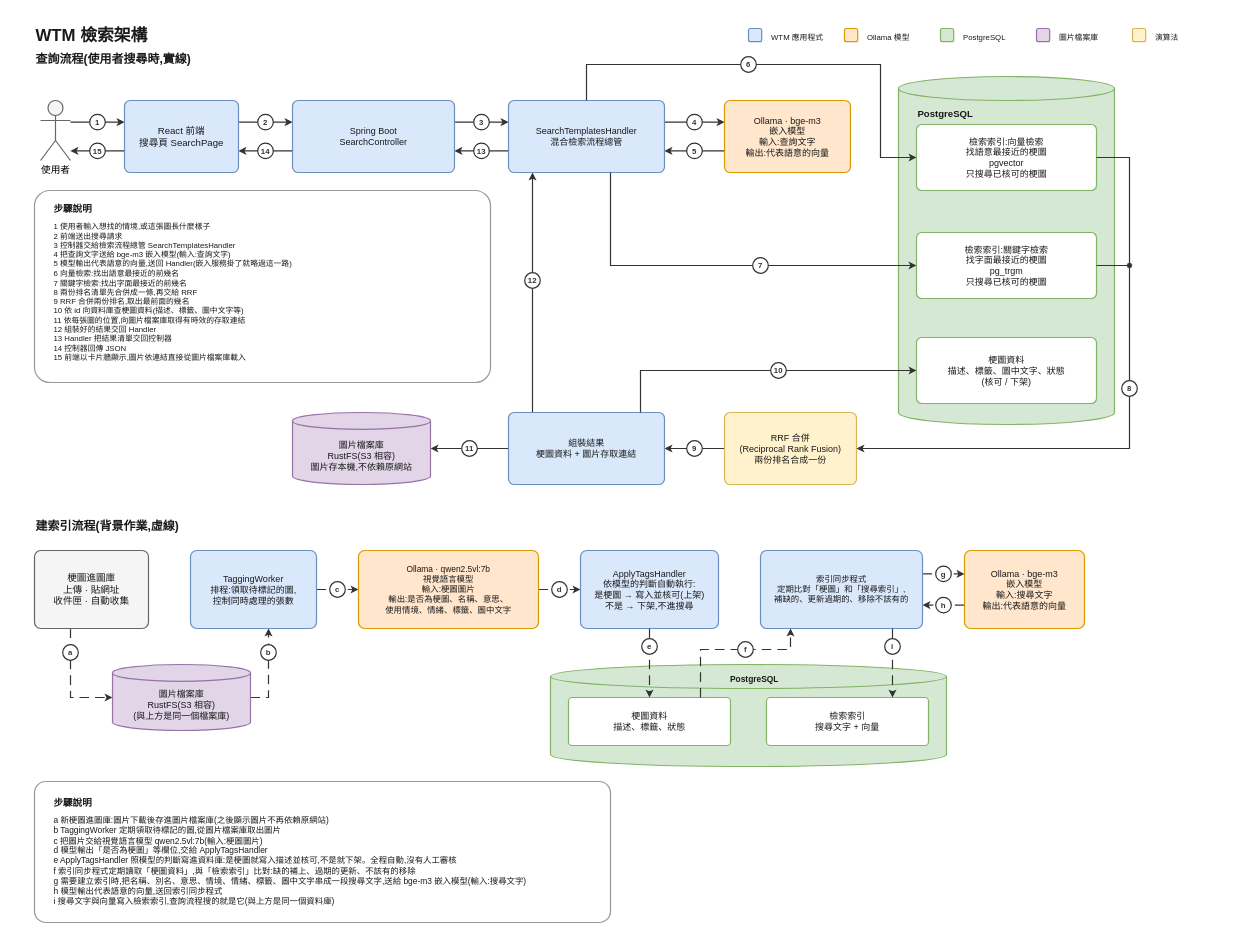
This is docs/images/search-architecture.drawio from chun-wei0413/WTM, a draw.io file, before an edit. Source tidied: cells renumbered, new cells numbered last; positions are measured from the earlier drawing's top-left corner, leaving out a move shared by most shapes. Both pictures are drawn from the tidied source at 60%, with x=0, y=0 at pixel (10, 10).
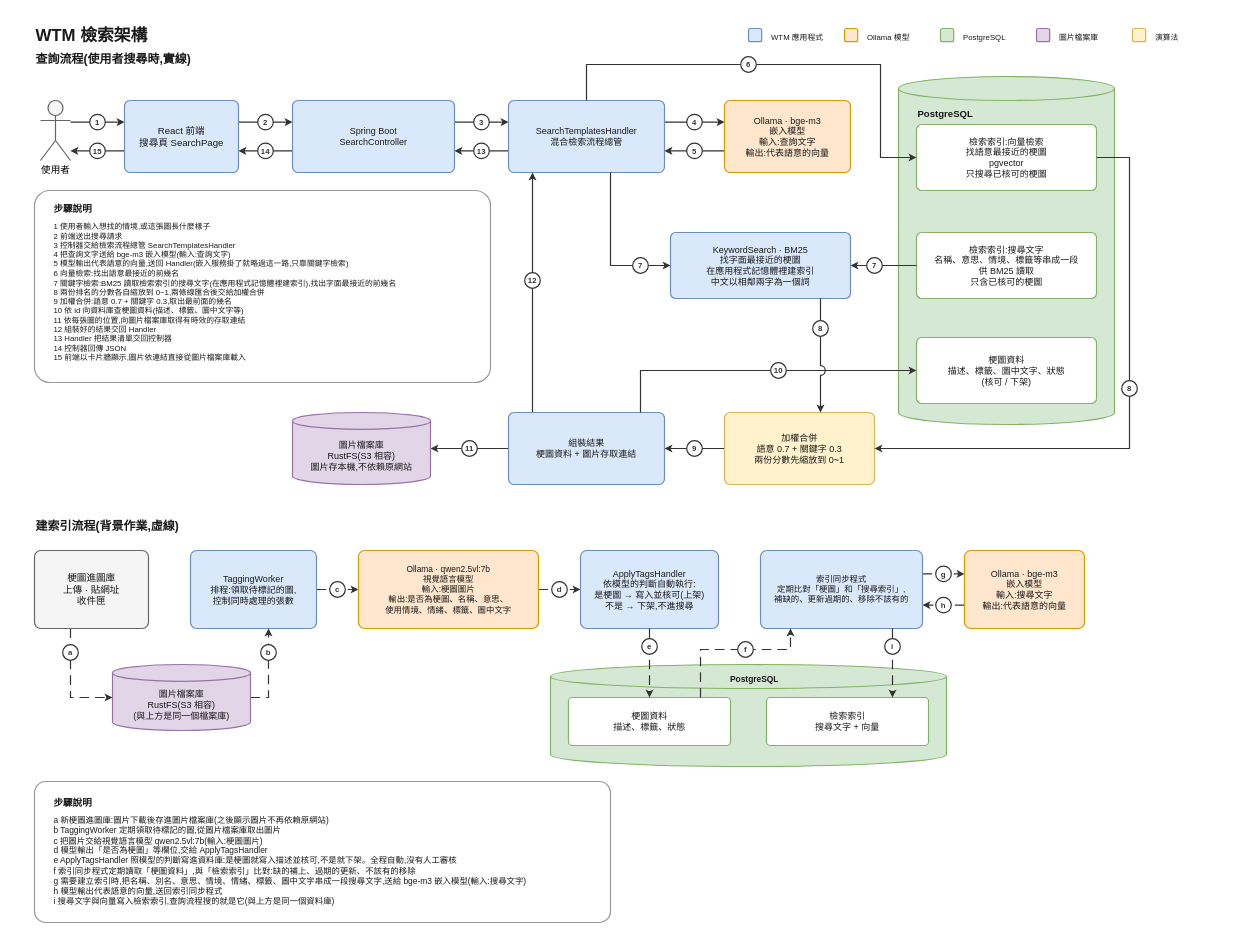
Above is the later version.

Diff of the diagram source:
```diff
@@
-    <mxCell id="30" value="檢索索引:關鍵字檢索&lt;br&gt;找字面最接近的梗圖&lt;br&gt;pg_trgm&lt;br&gt;只搜尋已核可的梗圖" style="rounded=1;whiteSpace=wrap;html=1;arcSize=8;fillColor=#ffffff;strokeColor=#82b366;strokeWidth=2;fontSize=15;fontFamily=Microsoft JhengHei;fontColor=#1a1a1a;" parent="1" vertex="1">
+    <mxCell id="30" value="檢索索引:搜尋文字&lt;br&gt;名稱、意思、情境、標籤等串成一段&lt;br&gt;供 BM25 讀取&lt;br&gt;只含已核可的梗圖" style="rounded=1;whiteSpace=wrap;html=1;arcSize=8;fillColor=#ffffff;strokeColor=#82b366;strokeWidth=2;fontSize=15;fontFamily=Microsoft JhengHei;fontColor=#1a1a1a;" parent="1" vertex="1">
       <mxGeometry x="1510" y="370" width="300" height="110" as="geometry" />
     </mxCell>
+    <mxCell id="96" value="KeywordSearch · BM25&lt;br&gt;找字面最接近的梗圖&lt;br&gt;在應用程式記憶體裡建索引&lt;br&gt;中文以相鄰兩字為一個詞" style="rounded=1;whiteSpace=wrap;html=1;arcSize=8;fillColor=#dae8fc;strokeColor=#6c8ebf;strokeWidth=2;fontSize=15;fontFamily=Microsoft JhengHei;fontColor=#1a1a1a;" parent="1" vertex="1">
+      <mxGeometry x="1100" y="370" width="300" height="110" as="geometry" />
+    </mxCell>
@@
-    <mxCell id="34" value="RRF 合併&lt;br&gt;(Reciprocal Rank Fusion)&lt;br&gt;兩份排名合成一份" style="rounded=1;whiteSpace=wrap;html=1;arcSize=8;fillColor=#fff2cc;strokeColor=#d6b656;strokeWidth=2;fontSize=15;fontFamily=Microsoft JhengHei;fontColor=#1a1a1a;" parent="1" vertex="1">
-      <mxGeometry x="1190" y="670" width="220" height="120" as="geometry" />
+    <mxCell id="34" value="加權合併&lt;br&gt;語意 0.7 + 關鍵字 0.3&lt;br&gt;兩份分數先縮放到 0~1" style="rounded=1;whiteSpace=wrap;html=1;arcSize=8;fillColor=#fff2cc;strokeColor=#d6b656;strokeWidth=2;fontSize=15;fontFamily=Microsoft JhengHei;fontColor=#1a1a1a;" parent="1" vertex="1">
+      <mxGeometry x="1190" y="670" width="250" height="120" as="geometry" />
     </mxCell>
@@
-    <mxCell id="37" value="1  使用者輸入想找的情境,或這張圖長什麼樣子&lt;br&gt;2  前端送出搜尋請求&lt;br&gt;3  控制器交給檢索流程總管 SearchTemplatesHandler&lt;br&gt;4  把查詢文字送給 bge-m3 嵌入模型(輸入:查詢文字)&lt;br&gt;5  模型輸出代表語意的向量,送回 Handler(嵌入服務掛了就略過這一路)&lt;br&gt;6  向量檢索:找出語意最接近的前幾名&lt;br&gt;7  關鍵字檢索:找出字面最接近的前幾名&lt;br&gt;8  兩份排名清單先合併成一條,再交給 RRF&lt;br&gt;9  RRF 合併兩份排名,取出最前面的幾名&lt;br&gt;10 依 id 向資料庫查梗圖資料(描述、標籤、圖中文字等)&lt;br&gt;11 依每張圖的位置,向圖片檔案庫取得有時效的存取連結&lt;br&gt;12 組裝好的結果交回 Handler&lt;br&gt;13 Handler 把結果清單交回控制器&lt;br&gt;14 控制器回傳 JSON&lt;br&gt;15 前端以卡片牆顯示,圖片依連結直接從圖片檔案庫載入" style="text;html=1;whiteSpace=wrap;verticalAlign=top;align=left;fontSize=13;fontFamily=Microsoft JhengHei;fontColor=#1a1a1a;fontStyle=0;spacingLeft=0;spacingTop=0;" parent="1" vertex="1">
+    <mxCell id="37" value="1  使用者輸入想找的情境,或這張圖長什麼樣子&lt;br&gt;2  前端送出搜尋請求&lt;br&gt;3  控制器交給檢索流程總管 SearchTemplatesHandler&lt;br&gt;4  把查詢文字送給 bge-m3 嵌入模型(輸入:查詢文字)&lt;br&gt;5  模型輸出代表語意的向量,送回 Handler(嵌入服務掛了就略過這一路,只靠關鍵字檢索)&lt;br&gt;6  向量檢索:找出語意最接近的前幾名&lt;br&gt;7  關鍵字檢索:BM25 讀取檢索索引的搜尋文字(在應用程式記憶體裡建索引),找出字面最接近的前幾名&lt;br&gt;8  兩份排名的分數各自縮放到 0~1,兩條線匯合後交給加權合併&lt;br&gt;9  加權合併:語意 0.7 + 關鍵字 0.3,取出最前面的幾名&lt;br&gt;10 依 id 向資料庫查梗圖資料(描述、標籤、圖中文字等)&lt;br&gt;11 依每張圖的位置,向圖片檔案庫取得有時效的存取連結&lt;br&gt;12 組裝好的結果交回 Handler&lt;br&gt;13 Handler 把結果清單交回控制器&lt;br&gt;14 控制器回傳 JSON&lt;br&gt;15 前端以卡片牆顯示,圖片依連結直接從圖片檔案庫載入" style="text;html=1;whiteSpace=wrap;verticalAlign=top;align=left;fontSize=13;fontFamily=Microsoft JhengHei;fontColor=#1a1a1a;fontStyle=0;spacingLeft=0;spacingTop=0;" parent="1" vertex="1">
       <mxGeometry x="70" y="346" width="710" height="270" as="geometry" />
     </mxCell>
@@
-    <mxCell id="39" value="梗圖進圖庫&lt;br&gt;上傳 · 貼網址&lt;br&gt;收件匣 · 自動收集" style="rounded=1;whiteSpace=wrap;html=1;arcSize=8;fillColor=#f5f5f5;strokeColor=#666666;strokeWidth=2;fontSize=16;fontFamily=Microsoft JhengHei;fontColor=#1a1a1a;" parent="1" vertex="1">
+    <mxCell id="39" value="梗圖進圖庫&lt;br&gt;上傳 · 貼網址&lt;br&gt;收件匣" style="rounded=1;whiteSpace=wrap;html=1;arcSize=8;fillColor=#f5f5f5;strokeColor=#666666;strokeWidth=2;fontSize=16;fontFamily=Microsoft JhengHei;fontColor=#1a1a1a;" parent="1" vertex="1">
       <mxGeometry x="40" y="900" width="190" height="130" as="geometry" />
     </mxCell>
@@
     <mxCell id="64" style="endArrow=classic;endSize=7;html=1;rounded=0;strokeWidth=2;strokeColor=#333333;" parent="1" edge="1">
       <mxGeometry relative="1" as="geometry">
         <mxPoint x="1000" y="270" as="sourcePoint" />
-        <mxPoint x="1510" y="425" as="targetPoint" />
+        <mxPoint x="1100" y="425" as="targetPoint" />
         <Array as="points">
           <mxPoint x="1000" y="425" />
         </Array>
       </mxGeometry>
     </mxCell>
     <mxCell id="65" style="endArrow=classic;endSize=7;html=1;rounded=0;strokeWidth=2;strokeColor=#333333;" parent="1" edge="1">
       <mxGeometry relative="1" as="geometry">
         <mxPoint x="1810" y="245" as="sourcePoint" />
-        <mxPoint x="1410" y="730" as="targetPoint" />
+        <mxPoint x="1440" y="730" as="targetPoint" />
         <Array as="points">
           <mxPoint x="1865" y="245" />
           <mxPoint x="1865" y="730" />
         </Array>
       </mxGeometry>
     </mxCell>
-    <mxCell id="66" style="endArrow=none;html=1;rounded=0;strokeWidth=2;strokeColor=#333333;" parent="1" edge="1">
-      <mxGeometry relative="1" as="geometry">
-        <mxPoint x="1810" y="425" as="sourcePoint" />
-        <mxPoint x="1865" y="425" as="targetPoint" />
-      </mxGeometry>
-    </mxCell>
-    <mxCell id="67" style="ellipse;html=1;fillColor=#333333;strokeColor=#333333;" parent="1" vertex="1">
-      <mxGeometry x="1861" y="421" width="8" height="8" as="geometry" />
-    </mxCell>
@@
+    <mxCell id="97" style="endArrow=classic;endSize=7;html=1;rounded=0;strokeWidth=2;strokeColor=#333333;" parent="1" edge="1">
+      <mxGeometry relative="1" as="geometry">
+        <mxPoint x="1510" y="425" as="sourcePoint" />
+        <mxPoint x="1400" y="425" as="targetPoint" />
+      </mxGeometry>
+    </mxCell>
+    <mxCell id="98" style="endArrow=classic;endSize=7;html=1;rounded=0;strokeWidth=2;strokeColor=#333333;jumpStyle=arc;jumpSize=14;" parent="1" edge="1">
+      <mxGeometry relative="1" as="geometry">
+        <mxPoint x="1350" y="480" as="sourcePoint" />
+        <mxPoint x="1350" y="670" as="targetPoint" />
+      </mxGeometry>
+    </mxCell>
@@
     <mxCell id="81" value="7" style="ellipse;whiteSpace=wrap;html=1;fillColor=#ffffff;strokeColor=#333333;strokeWidth=2;fontSize=13;fontStyle=1;fontFamily=Microsoft JhengHei;fontColor=#333333;" parent="1" vertex="1">
-      <mxGeometry x="1237" y="412" width="26" height="26" as="geometry" />
+      <mxGeometry x="1037" y="412" width="26" height="26" as="geometry" />
     </mxCell>
+    <mxCell id="99" value="7" style="ellipse;whiteSpace=wrap;html=1;fillColor=#ffffff;strokeColor=#333333;strokeWidth=2;fontSize=13;fontStyle=1;fontFamily=Microsoft JhengHei;fontColor=#333333;" parent="1" vertex="1">
+      <mxGeometry x="1427" y="412" width="26" height="26" as="geometry" />
+    </mxCell>
+    <mxCell id="100" value="8" style="ellipse;whiteSpace=wrap;html=1;fillColor=#ffffff;strokeColor=#333333;strokeWidth=2;fontSize=13;fontStyle=1;fontFamily=Microsoft JhengHei;fontColor=#333333;" parent="1" vertex="1">
+      <mxGeometry x="1337" y="517" width="26" height="26" as="geometry" />
+    </mxCell>
```
